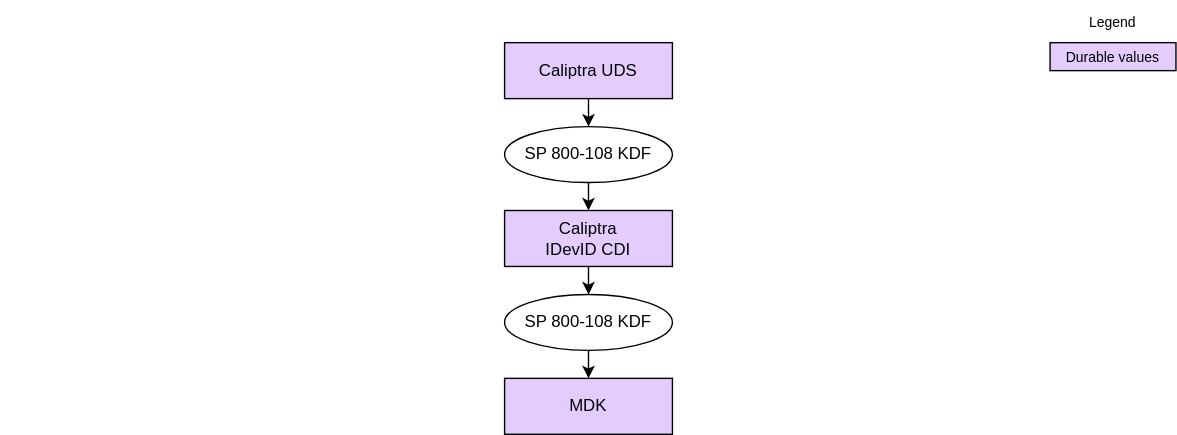
Above: doc/ocp_lock/diagrams/mdk_derivation.drawio.svg in chipsalliance/Caliptra (draw.io), before the change. Source tidied: cells renumbered, new cells last; positions are measured from the earlier drawing's top-left corner, leaving out a move shared by most shapes.
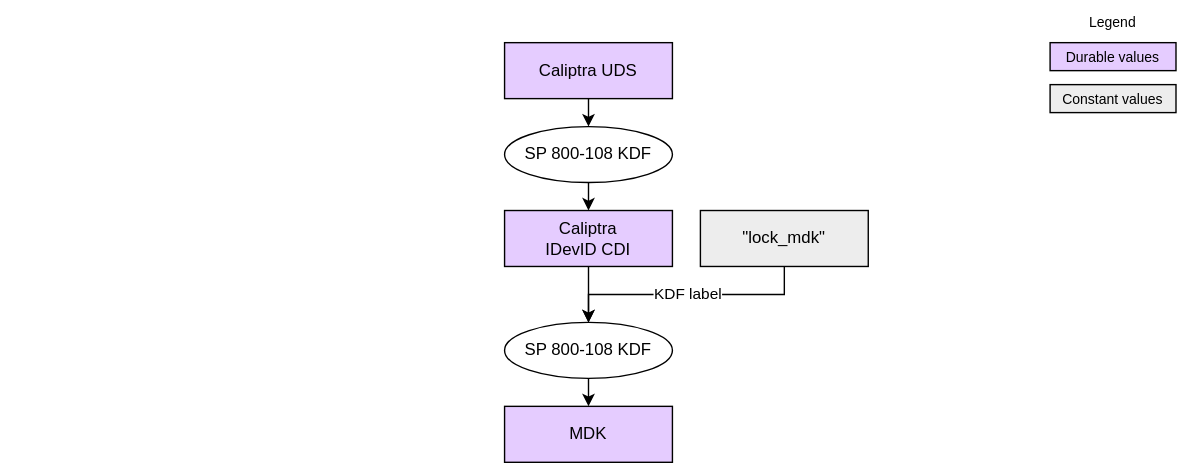
After the change.

Change to the diagram source:
```diff
@@ -18,10 +18,10 @@
       <mxGeometry relative="1" as="geometry" />
     </mxCell>
     <mxCell id="7" value="SP 800-108 KDF" style="ellipse;whiteSpace=wrap;html=1;fillColor=#FFFFFF;" parent="1" vertex="1">
-      <mxGeometry x="360" y="210" width="120" height="40" as="geometry" />
+      <mxGeometry x="360" y="230" width="120" height="40" as="geometry" />
     </mxCell>
     <mxCell id="8" value="&lt;div&gt;&lt;font color=&quot;#000000&quot;&gt;MDK&lt;/font&gt;&lt;/div&gt;" style="rounded=0;whiteSpace=wrap;html=1;align=center;verticalAlign=middle;shadow=0;glass=0;spacingLeft=0;spacingBottom=0;spacingTop=0;fillColor=#E5CCFF;" parent="1" vertex="1">
-      <mxGeometry x="360" y="270" width="120" height="40" as="geometry" />
+      <mxGeometry x="360" y="290" width="120" height="40" as="geometry" />
     </mxCell>
     <mxCell id="9" style="edgeStyle=none;html=1;exitX=0.5;exitY=1;exitDx=0;exitDy=0;entryX=0.5;entryY=0;entryDx=0;entryDy=0;" parent="1" edge="1" source="10" target="12">
       <mxGeometry relative="1" as="geometry" />
@@ -38,5 +38,19 @@
     <mxCell id="13" style="rounded=0;whiteSpace=wrap;html=1;align=center;verticalAlign=middle;shadow=0;glass=0;spacingLeft=0;spacingBottom=0;spacingTop=0;fillColor=#FFFFFF;fontSize=10;strokeColor=#FFFFFF;" parent="1" vertex="1">
       <mxGeometry y="30" width="90" height="20" as="geometry" />
     </mxCell>
+    <mxCell id="14" style="edgeStyle=orthogonalEdgeStyle;html=1;exitX=0.5;exitY=1;exitDx=0;exitDy=0;entryX=0.5;entryY=0;entryDx=0;entryDy=0;rounded=0;" parent="1" edge="1" source="16" target="7">
+      <mxGeometry relative="1" as="geometry" />
+    </mxCell>
+    <mxCell id="15" value="KDF label" style="edgeLabel;html=1;align=center;verticalAlign=middle;" parent="14" vertex="1">
+      <mxGeometry x="0.4" y="-3" relative="1" as="geometry">
+        <mxPoint x="36" y="2" as="offset" />
+      </mxGeometry>
+    </mxCell>
+    <mxCell id="16" value="&lt;div&gt;&lt;font color=&quot;#000000&quot;&gt;&quot;lock_mdk&quot;&lt;/font&gt;&lt;/div&gt;" style="rounded=0;whiteSpace=wrap;html=1;align=center;verticalAlign=middle;shadow=0;glass=0;spacingLeft=0;spacingBottom=0;spacingTop=0;fillColor=#EDEDED;" parent="1" vertex="1">
+      <mxGeometry x="500" y="150" width="120" height="40" as="geometry" />
+    </mxCell>
+    <mxCell id="17" value="&lt;div&gt;&lt;font color=&quot;#000000&quot;&gt;Constant values&lt;/font&gt;&lt;/div&gt;" style="rounded=0;whiteSpace=wrap;html=1;align=center;verticalAlign=middle;shadow=0;glass=0;spacingLeft=0;spacingBottom=0;spacingTop=0;fillColor=#EDEDED;fontSize=10;" parent="1" vertex="1">
+      <mxGeometry x="750" y="60" width="90" height="20" as="geometry" />
+    </mxCell>
   </root>
 </mxGraphModel>
```
